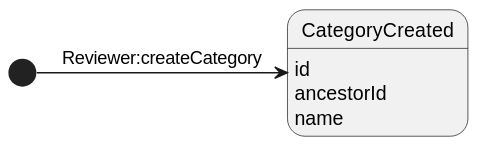
Above: out/doc/categoryStates/CategoryStates.svg in Joselon/ProyectoOpoTest (PlantUML), before the change.
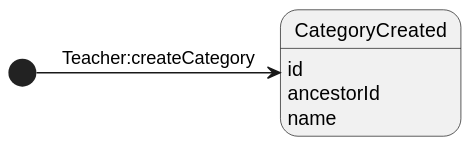
After the change.

Diff of the diagram source:
```diff
@@ -6,6 +6,6 @@
 CategoryCreated: ancestorId
 CategoryCreated: name
 
-[*] -> CategoryCreated : Reviewer:createCategory
+[*] -> CategoryCreated : Teacher:createCategory
 
 @enduml
```
